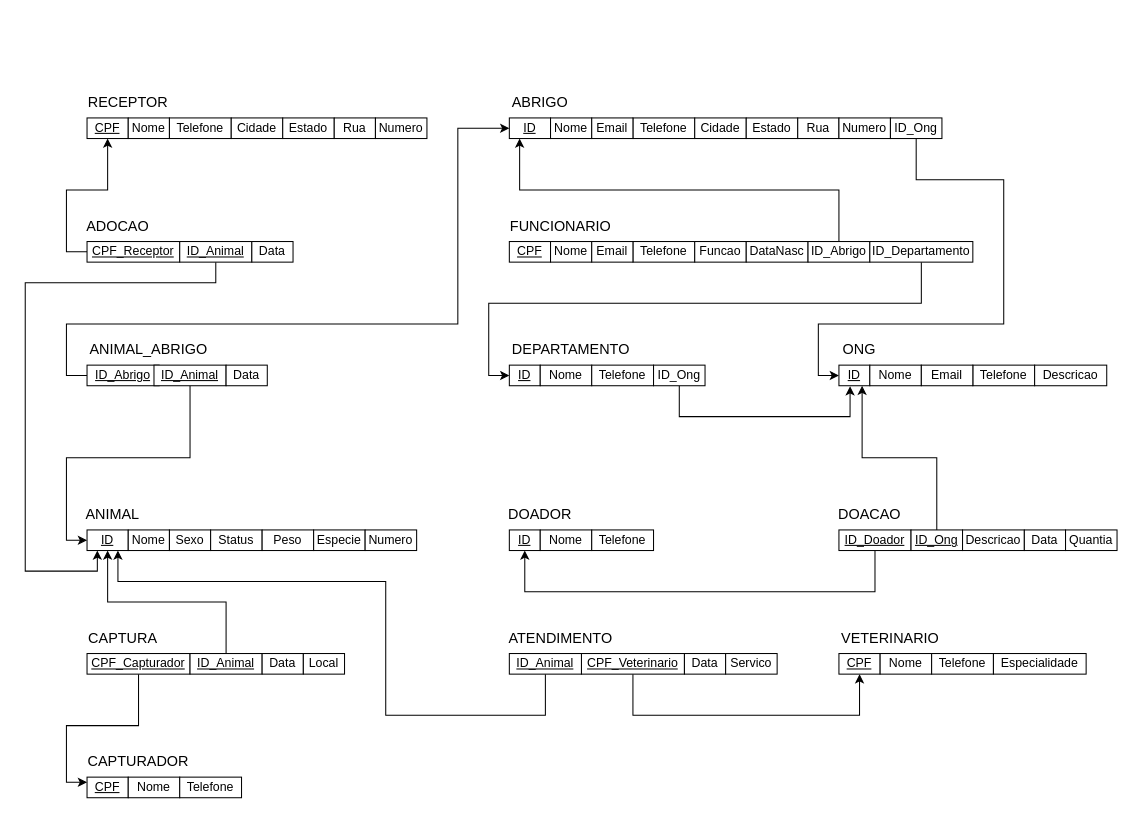
Above: BD/Trabalho Prático/Modelo Relacional/DSC_SAA.drawio in vitorcostao/Banco-de-Dados (draw.io), before the change. Source tidied: cells renumbered, new cells numbered last; positions are measured from the earlier drawing's top-left corner, leaving out a move shared by most shapes. Both pictures are drawn from the tidied source at 103%, with x=0, y=0 at pixel (25, 87).
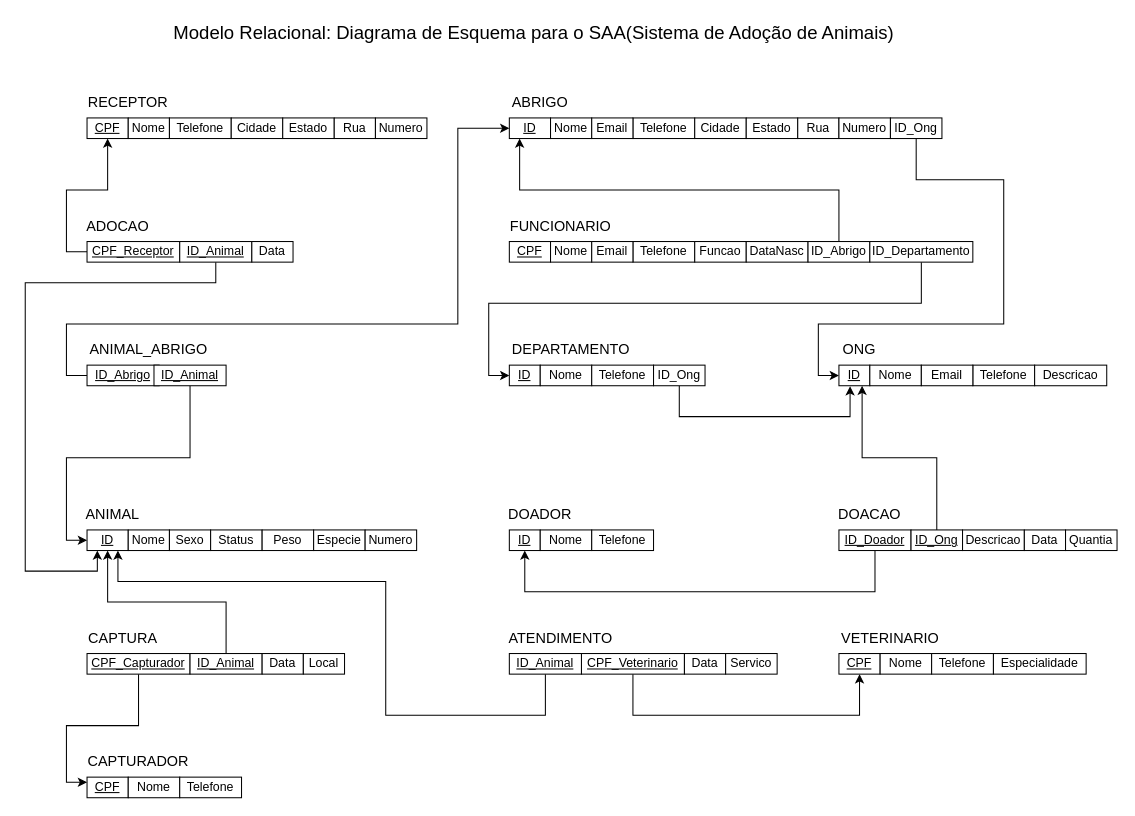
The same page after the edit.

Change to the diagram source:
```diff
@@
-    <mxCell id="98" value="Data" style="rounded=0;whiteSpace=wrap;html=1;" parent="1" vertex="1">
-      <mxGeometry x="195" y="270" width="40" height="20" as="geometry" />
-    </mxCell>
+    <mxCell id="99" value="&lt;font style=&quot;font-size: 18px;&quot;&gt;Modelo Relacional: Diagrama de Esquema para o SAA(Sistema de Adoção de Animais)&lt;/font&gt;" style="text;html=1;whiteSpace=wrap;strokeColor=none;fillColor=none;align=center;verticalAlign=middle;rounded=0;" parent="1" vertex="1">
+      <mxGeometry x="93" y="-67" width="802" height="30" as="geometry" />
+    </mxCell>
```
